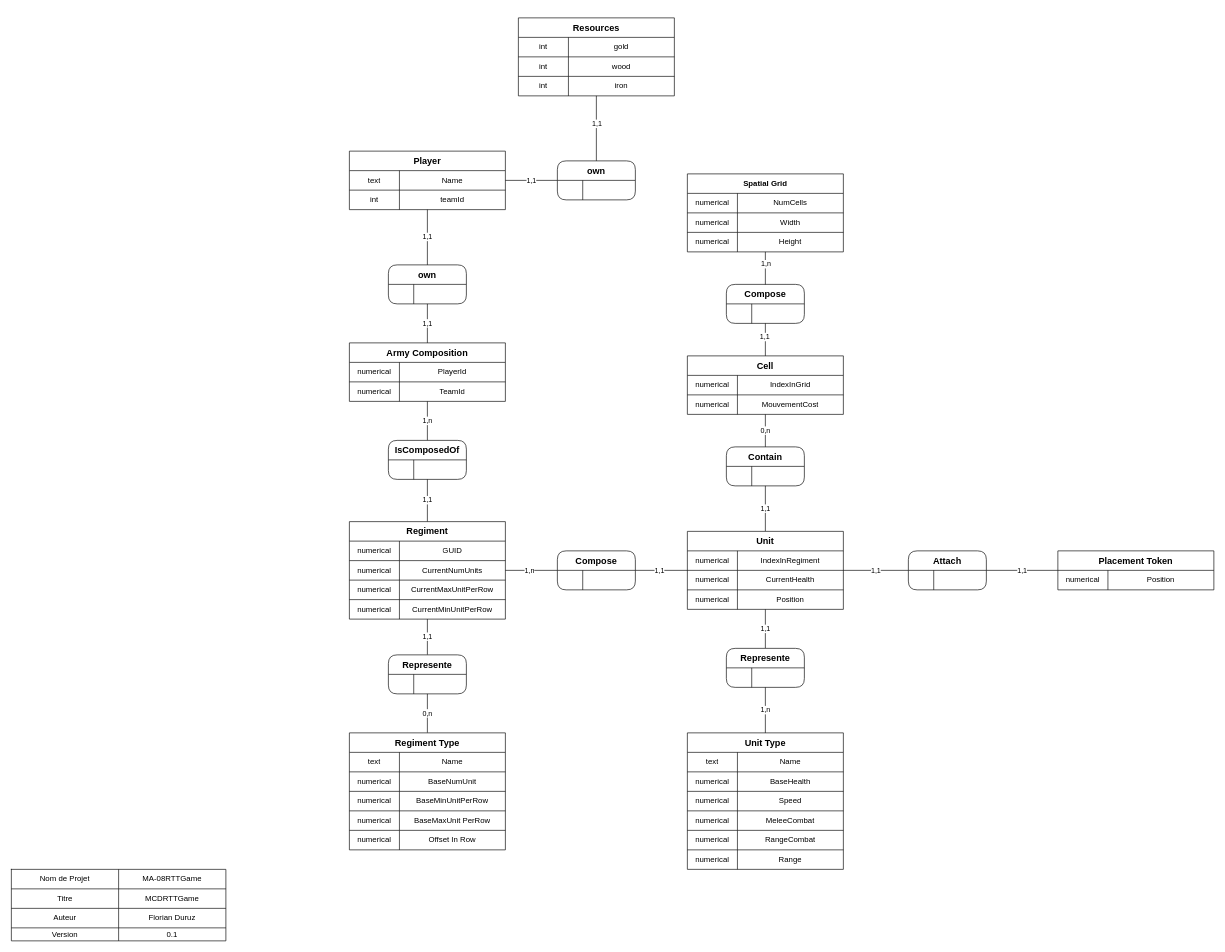
This is MCD_RTT_GAME.drawio from Cat-du-Fromage/MA-08-Model-RTTGame, a draw.io file, before an edit. Source tidied: cells renumbered, new cells numbered last; positions are measured from the earlier drawing's top-left corner, leaving out a move shared by most shapes. Both pictures are drawn from the tidied source at 65%, with x=0, y=0 at pixel (11, 18).
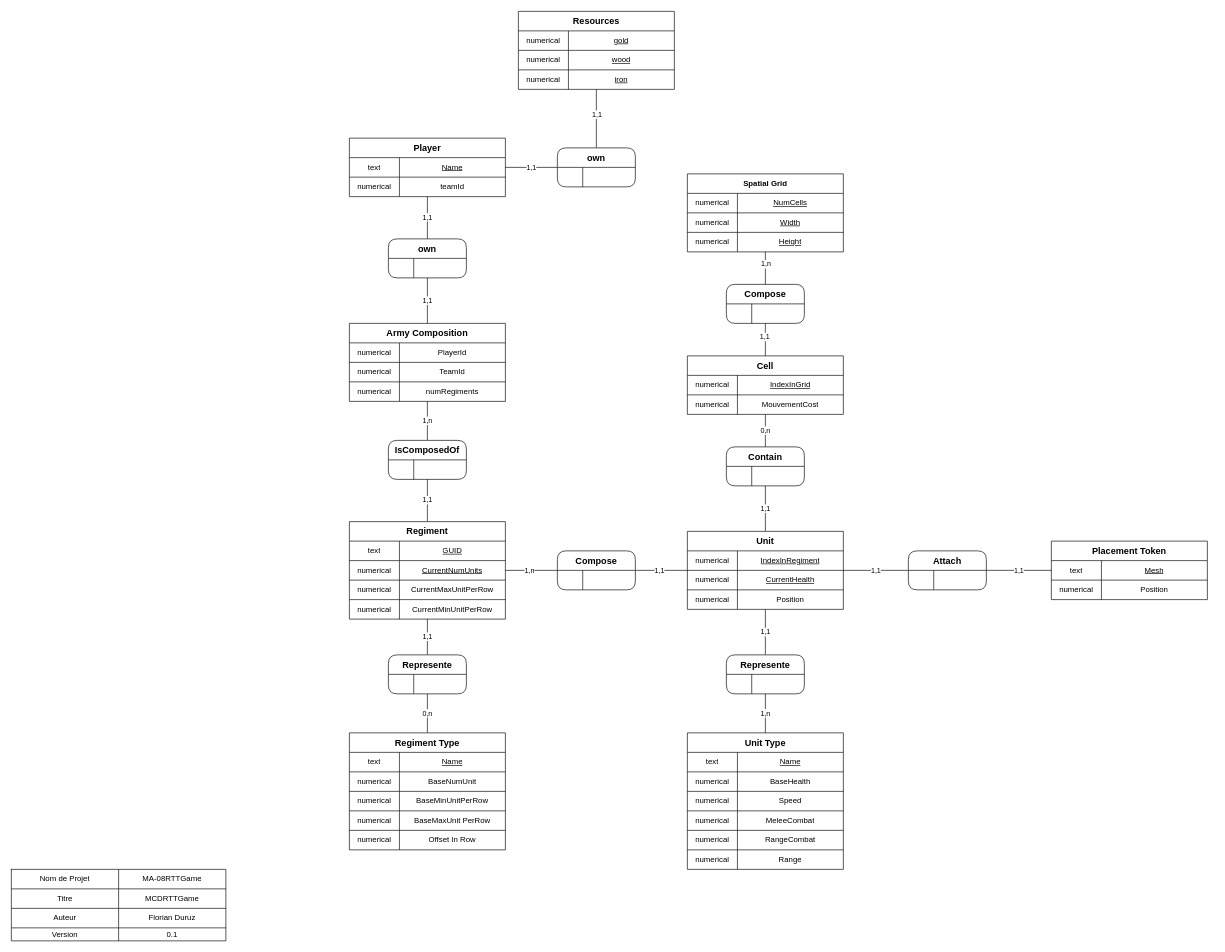
The same page after the edit.

Unchanged cells that the change refers to:
```xml
<mxCell id="9" style="shape=partialRectangle;html=1;whiteSpace=wrap;fillColor=none;top=0;left=0;bottom=0;right=0;" parent="8" vertex="1">
  <mxGeometry y="30" width="240" height="30" as="geometry" />
</mxCell>
<mxCell id="25" style="shape=partialRectangle;html=1;whiteSpace=wrap;fillColor=none;top=0;left=0;bottom=0;right=0;" parent="24" vertex="1">
  <mxGeometry y="30" width="240" height="30" as="geometry" />
</mxCell>
<mxCell id="28" style="shape=partialRectangle;html=1;whiteSpace=wrap;fillColor=none;top=0;left=0;bottom=0;right=0;" parent="24" vertex="1">
  <mxGeometry y="60" width="240" height="30" as="geometry" />
</mxCell>
<mxCell id="67" style="shape=partialRectangle;html=1;whiteSpace=wrap;fillColor=none;top=0;left=0;bottom=0;right=0;" parent="66" vertex="1">
  <mxGeometry y="30" width="240" height="30" as="geometry" />
</mxCell>
<mxCell id="70" style="shape=partialRectangle;html=1;whiteSpace=wrap;fillColor=none;top=0;left=0;bottom=0;right=0;" parent="66" vertex="1">
  <mxGeometry y="60" width="240" height="30" as="geometry" />
</mxCell>
<mxCell id="88" style="shape=partialRectangle;html=1;whiteSpace=wrap;fillColor=none;top=0;left=0;bottom=0;right=0;" parent="87" vertex="1">
  <mxGeometry y="30" width="240" height="30" as="geometry" />
</mxCell>
<mxCell id="123" style="shape=partialRectangle;html=1;whiteSpace=wrap;fillColor=none;top=0;left=0;bottom=0;right=0;" parent="122" vertex="1">
  <mxGeometry y="30" width="240" height="30" as="geometry" />
</mxCell>
<mxCell id="126" style="shape=partialRectangle;html=1;whiteSpace=wrap;fillColor=none;top=0;left=0;bottom=0;right=0;" parent="122" vertex="1">
  <mxGeometry y="60" width="240" height="30" as="geometry" />
</mxCell>
<mxCell id="129" style="shape=partialRectangle;html=1;whiteSpace=wrap;fillColor=none;top=0;left=0;bottom=0;right=0;" parent="122" vertex="1">
  <mxGeometry y="90" width="240" height="30" as="geometry" />
</mxCell>
<mxCell id="135" style="shape=partialRectangle;html=1;whiteSpace=wrap;fillColor=none;top=0;left=0;bottom=0;right=0;" parent="134" vertex="1">
  <mxGeometry y="30" width="240" height="30" as="geometry" />
</mxCell>
<mxCell id="152" style="shape=partialRectangle;html=1;whiteSpace=wrap;fillColor=none;top=0;left=0;bottom=0;right=0;" parent="151" vertex="1">
  <mxGeometry y="30" width="240" height="30" as="geometry" />
</mxCell>
<mxCell id="155" style="shape=partialRectangle;html=1;whiteSpace=wrap;fillColor=none;top=0;left=0;bottom=0;right=0;points=[[0,0.5],[1,0.5]];portConstraint=eastwest;" parent="151" vertex="1">
  <mxGeometry y="60" width="240" height="30" as="geometry" />
</mxCell>
<mxCell id="165" style="shape=partialRectangle;html=1;whiteSpace=wrap;fillColor=none;top=0;left=0;bottom=0;right=0;" parent="164" vertex="1">
  <mxGeometry y="30" width="240" height="30" as="geometry" />
</mxCell>
<mxCell id="168" style="shape=partialRectangle;html=1;whiteSpace=wrap;fillColor=none;top=0;left=0;bottom=0;right=0;" parent="164" vertex="1">
  <mxGeometry y="60" width="240" height="30" as="geometry" />
</mxCell>
<mxCell id="171" style="shape=partialRectangle;html=1;whiteSpace=wrap;fillColor=none;top=0;left=0;bottom=0;right=0;points=[[0,0.5],[1,0.5]];portConstraint=eastwest;" parent="164" vertex="1">
  <mxGeometry y="90" width="240" height="30" as="geometry" />
</mxCell>
```

The edit, as a diff of the source:
```diff
@@
-    <mxCell id="11" value="Name" style="shape=partialRectangle;html=1;whiteSpace=wrap;fillColor=none;top=0;left=0;bottom=0;right=0;overflow=hidden;" parent="9" vertex="1">
+    <mxCell id="11" value="&lt;u&gt;Name&lt;/u&gt;" style="shape=partialRectangle;html=1;whiteSpace=wrap;fillColor=none;top=0;left=0;bottom=0;right=0;overflow=hidden;" parent="9" vertex="1">
       <mxGeometry x="77" width="163" height="30" as="geometry" />
     </mxCell>
@@
-    <mxCell id="26" value="numerical" style="shape=partialRectangle;html=1;whiteSpace=wrap;fillColor=none;top=0;left=0;bottom=0;right=0;overflow=hidden;" parent="25" vertex="1">
+    <mxCell id="26" value="text" style="shape=partialRectangle;html=1;whiteSpace=wrap;fillColor=none;top=0;left=0;bottom=0;right=0;overflow=hidden;" parent="25" vertex="1">
       <mxGeometry width="77" height="30" as="geometry" />
     </mxCell>
-    <mxCell id="27" value="GUID" style="shape=partialRectangle;html=1;whiteSpace=wrap;fillColor=none;top=0;left=0;bottom=0;right=0;overflow=hidden;" parent="25" vertex="1">
+    <mxCell id="27" value="&lt;u&gt;GUID&lt;/u&gt;" style="shape=partialRectangle;html=1;whiteSpace=wrap;fillColor=none;top=0;left=0;bottom=0;right=0;overflow=hidden;" parent="25" vertex="1">
       <mxGeometry x="77" width="163" height="30" as="geometry" />
     </mxCell>
@@
-    <mxCell id="30" value="&lt;span&gt;CurrentNumUnits&lt;/span&gt;" style="shape=partialRectangle;html=1;whiteSpace=wrap;fillColor=none;top=0;left=0;bottom=0;right=0;overflow=hidden;" parent="28" vertex="1">
+    <mxCell id="30" value="&lt;span&gt;&lt;u&gt;CurrentNumUnits&lt;/u&gt;&lt;/span&gt;" style="shape=partialRectangle;html=1;whiteSpace=wrap;fillColor=none;top=0;left=0;bottom=0;right=0;overflow=hidden;" parent="28" vertex="1">
       <mxGeometry x="77" width="163" height="30" as="geometry" />
     </mxCell>
@@
     <mxCell id="38" value="&lt;font style=&quot;font-size: 14px&quot;&gt;&lt;b&gt;Army Composition&lt;/b&gt;&lt;/font&gt;" style="shape=table;html=1;whiteSpace=wrap;startSize=30;childLayout=tableLayout;" parent="1" vertex="1">
-      <mxGeometry x="520" y="500" width="240" height="90" as="geometry" />
+      <mxGeometry x="520" y="470" width="240" height="120" as="geometry" />
     </mxCell>
@@
+    <mxCell id="180" style="shape=partialRectangle;html=1;whiteSpace=wrap;fillColor=none;top=0;left=0;bottom=0;right=0;" parent="38" vertex="1">
+      <mxGeometry y="90" width="240" height="30" as="geometry" />
+    </mxCell>
+    <mxCell id="181" value="numerical" style="shape=partialRectangle;html=1;whiteSpace=wrap;fillColor=none;top=0;left=0;bottom=0;right=0;overflow=hidden;" parent="180" vertex="1">
+      <mxGeometry width="77" height="30" as="geometry" />
+    </mxCell>
+    <mxCell id="182" value="numRegiments" style="shape=partialRectangle;html=1;whiteSpace=wrap;fillColor=none;top=0;left=0;bottom=0;right=0;overflow=hidden;" parent="180" vertex="1">
+      <mxGeometry x="77" width="163" height="30" as="geometry" />
+    </mxCell>
@@
-    <mxCell id="69" value="IndexInRegiment" style="shape=partialRectangle;html=1;whiteSpace=wrap;fillColor=none;top=0;left=0;bottom=0;right=0;overflow=hidden;" parent="67" vertex="1">
+    <mxCell id="69" value="&lt;u&gt;IndexInRegiment&lt;/u&gt;" style="shape=partialRectangle;html=1;whiteSpace=wrap;fillColor=none;top=0;left=0;bottom=0;right=0;overflow=hidden;" parent="67" vertex="1">
       <mxGeometry x="77" width="163" height="30" as="geometry" />
     </mxCell>
@@
-    <mxCell id="72" value="CurrentHealth" style="shape=partialRectangle;html=1;whiteSpace=wrap;fillColor=none;top=0;left=0;bottom=0;right=0;overflow=hidden;" parent="70" vertex="1">
+    <mxCell id="72" value="&lt;u&gt;CurrentHealth&lt;/u&gt;" style="shape=partialRectangle;html=1;whiteSpace=wrap;fillColor=none;top=0;left=0;bottom=0;right=0;overflow=hidden;" parent="70" vertex="1">
       <mxGeometry x="77" width="163" height="30" as="geometry" />
     </mxCell>
@@
     <mxCell id="78" value="&lt;font style=&quot;font-size: 14px&quot;&gt;&lt;b&gt;Placement Token&lt;/b&gt;&lt;/font&gt;" style="shape=table;html=1;whiteSpace=wrap;startSize=30;childLayout=tableLayout;" parent="1" vertex="1">
-      <mxGeometry x="1610" y="820" width="240" height="60" as="geometry" />
+      <mxGeometry x="1600" y="805" width="240" height="90" as="geometry" />
     </mxCell>
+    <mxCell id="183" style="shape=partialRectangle;html=1;whiteSpace=wrap;fillColor=none;top=0;left=0;bottom=0;right=0;" parent="78" vertex="1">
+      <mxGeometry y="30" width="240" height="30" as="geometry" />
+    </mxCell>
+    <mxCell id="184" value="text" style="shape=partialRectangle;html=1;whiteSpace=wrap;fillColor=none;top=0;left=0;bottom=0;right=0;overflow=hidden;" parent="183" vertex="1">
+      <mxGeometry width="77" height="30" as="geometry" />
+    </mxCell>
+    <mxCell id="185" value="&lt;u&gt;Mesh&lt;/u&gt;" style="shape=partialRectangle;html=1;whiteSpace=wrap;fillColor=none;top=0;left=0;bottom=0;right=0;overflow=hidden;" parent="183" vertex="1">
+      <mxGeometry x="77" width="163" height="30" as="geometry" />
+    </mxCell>
     <mxCell id="79" style="shape=partialRectangle;html=1;whiteSpace=wrap;fillColor=none;top=0;left=0;bottom=0;right=0;" parent="78" vertex="1">
-      <mxGeometry y="30" width="240" height="30" as="geometry" />
+      <mxGeometry y="60" width="240" height="30" as="geometry" />
     </mxCell>
@@
-    <mxCell id="90" value="Name" style="shape=partialRectangle;html=1;whiteSpace=wrap;fillColor=none;top=0;left=0;bottom=0;right=0;overflow=hidden;" parent="88" vertex="1">
+    <mxCell id="90" value="&lt;u&gt;Name&lt;/u&gt;" style="shape=partialRectangle;html=1;whiteSpace=wrap;fillColor=none;top=0;left=0;bottom=0;right=0;overflow=hidden;" parent="88" vertex="1">
       <mxGeometry x="77" width="163" height="30" as="geometry" />
     </mxCell>
@@
     <mxCell id="107" value="&lt;span style=&quot;font-size: 14px&quot;&gt;&lt;b&gt;Represente&lt;/b&gt;&lt;/span&gt;" style="shape=table;html=1;whiteSpace=wrap;startSize=30;childLayout=tableLayout;rounded=1;" parent="1" vertex="1">
-      <mxGeometry x="1100" y="970" width="120" height="60" as="geometry" />
+      <mxGeometry x="1100" y="980" width="120" height="60" as="geometry" />
     </mxCell>
@@
-    <mxCell id="125" value="NumCells" style="shape=partialRectangle;html=1;whiteSpace=wrap;fillColor=none;top=0;left=0;bottom=0;right=0;overflow=hidden;" parent="123" vertex="1">
+    <mxCell id="125" value="&lt;u&gt;NumCells&lt;/u&gt;" style="shape=partialRectangle;html=1;whiteSpace=wrap;fillColor=none;top=0;left=0;bottom=0;right=0;overflow=hidden;" parent="123" vertex="1">
       <mxGeometry x="77" width="163" height="30" as="geometry" />
     </mxCell>
@@
-    <mxCell id="128" value="Width" style="shape=partialRectangle;html=1;whiteSpace=wrap;fillColor=none;top=0;left=0;bottom=0;right=0;overflow=hidden;" parent="126" vertex="1">
+    <mxCell id="128" value="&lt;u&gt;Width&lt;/u&gt;" style="shape=partialRectangle;html=1;whiteSpace=wrap;fillColor=none;top=0;left=0;bottom=0;right=0;overflow=hidden;" parent="126" vertex="1">
       <mxGeometry x="77" width="163" height="30" as="geometry" />
     </mxCell>
@@
-    <mxCell id="131" value="Height" style="shape=partialRectangle;html=1;whiteSpace=wrap;fillColor=none;top=0;left=0;bottom=0;right=0;overflow=hidden;" parent="129" vertex="1">
+    <mxCell id="131" value="&lt;u&gt;Height&lt;/u&gt;" style="shape=partialRectangle;html=1;whiteSpace=wrap;fillColor=none;top=0;left=0;bottom=0;right=0;overflow=hidden;" parent="129" vertex="1">
       <mxGeometry x="77" width="163" height="30" as="geometry" />
     </mxCell>
@@
-    <mxCell id="137" value="IndexInGrid" style="shape=partialRectangle;html=1;whiteSpace=wrap;fillColor=none;top=0;left=0;bottom=0;right=0;overflow=hidden;" parent="135" vertex="1">
+    <mxCell id="137" value="&lt;u&gt;IndexInGrid&lt;/u&gt;" style="shape=partialRectangle;html=1;whiteSpace=wrap;fillColor=none;top=0;left=0;bottom=0;right=0;overflow=hidden;" parent="135" vertex="1">
       <mxGeometry x="77" width="163" height="30" as="geometry" />
     </mxCell>
@@
     <mxCell id="151" value="&lt;span style=&quot;font-size: 14px&quot;&gt;&lt;b&gt;Player&lt;/b&gt;&lt;/span&gt;" style="shape=table;html=1;whiteSpace=wrap;startSize=30;childLayout=tableLayout;" parent="1" vertex="1">
-      <mxGeometry x="520" y="205" width="240" height="90" as="geometry" />
+      <mxGeometry x="520" y="185" width="240" height="90" as="geometry" />
     </mxCell>
@@
-    <mxCell id="154" value="Name" style="shape=partialRectangle;html=1;whiteSpace=wrap;fillColor=none;top=0;left=0;bottom=0;right=0;overflow=hidden;" parent="152" vertex="1">
+    <mxCell id="154" value="&lt;u&gt;Name&lt;/u&gt;" style="shape=partialRectangle;html=1;whiteSpace=wrap;fillColor=none;top=0;left=0;bottom=0;right=0;overflow=hidden;" parent="152" vertex="1">
       <mxGeometry x="77" width="163" height="30" as="geometry" />
     </mxCell>
@@
-    <mxCell id="156" value="int" style="shape=partialRectangle;html=1;whiteSpace=wrap;fillColor=none;top=0;left=0;bottom=0;right=0;overflow=hidden;" parent="155" vertex="1">
+    <mxCell id="156" value="numerical" style="shape=partialRectangle;html=1;whiteSpace=wrap;fillColor=none;top=0;left=0;bottom=0;right=0;overflow=hidden;" parent="155" vertex="1">
       <mxGeometry width="77" height="30" as="geometry" />
     </mxCell>
@@
     <mxCell id="160" value="&lt;span style=&quot;font-size: 14px&quot;&gt;&lt;b&gt;own&lt;/b&gt;&lt;/span&gt;" style="shape=table;html=1;whiteSpace=wrap;startSize=30;childLayout=tableLayout;rounded=1;" parent="1" vertex="1">
-      <mxGeometry x="580" y="380" width="120" height="60" as="geometry" />
+      <mxGeometry x="580" y="340" width="120" height="60" as="geometry" />
     </mxCell>
@@
     <mxCell id="164" value="&lt;span style=&quot;font-size: 14px&quot;&gt;&lt;b&gt;Resources&lt;/b&gt;&lt;/span&gt;" style="shape=table;html=1;whiteSpace=wrap;startSize=30;childLayout=tableLayout;" parent="1" vertex="1">
-      <mxGeometry x="780" width="240" height="120" as="geometry" />
+      <mxGeometry x="780" y="-10" width="240" height="120" as="geometry" />
     </mxCell>
@@
-    <mxCell id="166" value="int" style="shape=partialRectangle;html=1;whiteSpace=wrap;fillColor=none;top=0;left=0;bottom=0;right=0;overflow=hidden;" parent="165" vertex="1">
+    <mxCell id="166" value="numerical" style="shape=partialRectangle;html=1;whiteSpace=wrap;fillColor=none;top=0;left=0;bottom=0;right=0;overflow=hidden;" parent="165" vertex="1">
       <mxGeometry width="77" height="30" as="geometry" />
     </mxCell>
-    <mxCell id="167" value="gold" style="shape=partialRectangle;html=1;whiteSpace=wrap;fillColor=none;top=0;left=0;bottom=0;right=0;overflow=hidden;" parent="165" vertex="1">
+    <mxCell id="167" value="gold" style="shape=partialRectangle;html=1;whiteSpace=wrap;fillColor=none;top=0;left=0;bottom=0;right=0;overflow=hidden;fontStyle=4;" parent="165" vertex="1">
       <mxGeometry x="77" width="163" height="30" as="geometry" />
     </mxCell>
@@
-    <mxCell id="169" value="int" style="shape=partialRectangle;html=1;whiteSpace=wrap;fillColor=none;top=0;left=0;bottom=0;right=0;overflow=hidden;" parent="168" vertex="1">
+    <mxCell id="169" value="numerical" style="shape=partialRectangle;html=1;whiteSpace=wrap;fillColor=none;top=0;left=0;bottom=0;right=0;overflow=hidden;" parent="168" vertex="1">
       <mxGeometry width="77" height="30" as="geometry" />
     </mxCell>
-    <mxCell id="170" value="wood" style="shape=partialRectangle;html=1;whiteSpace=wrap;fillColor=none;top=0;left=0;bottom=0;right=0;overflow=hidden;" parent="168" vertex="1">
+    <mxCell id="170" value="wood" style="shape=partialRectangle;html=1;whiteSpace=wrap;fillColor=none;top=0;left=0;bottom=0;right=0;overflow=hidden;fontStyle=4;" parent="168" vertex="1">
       <mxGeometry x="77" width="163" height="30" as="geometry" />
     </mxCell>
@@
-    <mxCell id="172" value="int" style="shape=partialRectangle;html=1;whiteSpace=wrap;fillColor=none;top=0;left=0;bottom=0;right=0;overflow=hidden;" parent="171" vertex="1">
+    <mxCell id="172" value="numerical" style="shape=partialRectangle;html=1;whiteSpace=wrap;fillColor=none;top=0;left=0;bottom=0;right=0;overflow=hidden;" parent="171" vertex="1">
       <mxGeometry width="77" height="30" as="geometry" />
     </mxCell>
-    <mxCell id="173" value="iron" style="shape=partialRectangle;html=1;whiteSpace=wrap;fillColor=none;top=0;left=0;bottom=0;right=0;overflow=hidden;" parent="171" vertex="1">
+    <mxCell id="173" value="&lt;u&gt;iron&lt;/u&gt;" style="shape=partialRectangle;html=1;whiteSpace=wrap;fillColor=none;top=0;left=0;bottom=0;right=0;overflow=hidden;" parent="171" vertex="1">
       <mxGeometry x="77" width="163" height="30" as="geometry" />
     </mxCell>
@@
     <mxCell id="176" value="&lt;span style=&quot;font-size: 14px&quot;&gt;&lt;b&gt;own&lt;/b&gt;&lt;/span&gt;" style="shape=table;html=1;whiteSpace=wrap;startSize=30;childLayout=tableLayout;rounded=1;" parent="1" vertex="1">
-      <mxGeometry x="840" y="220" width="120" height="60" as="geometry" />
+      <mxGeometry x="840" y="200" width="120" height="60" as="geometry" />
     </mxCell>
```
